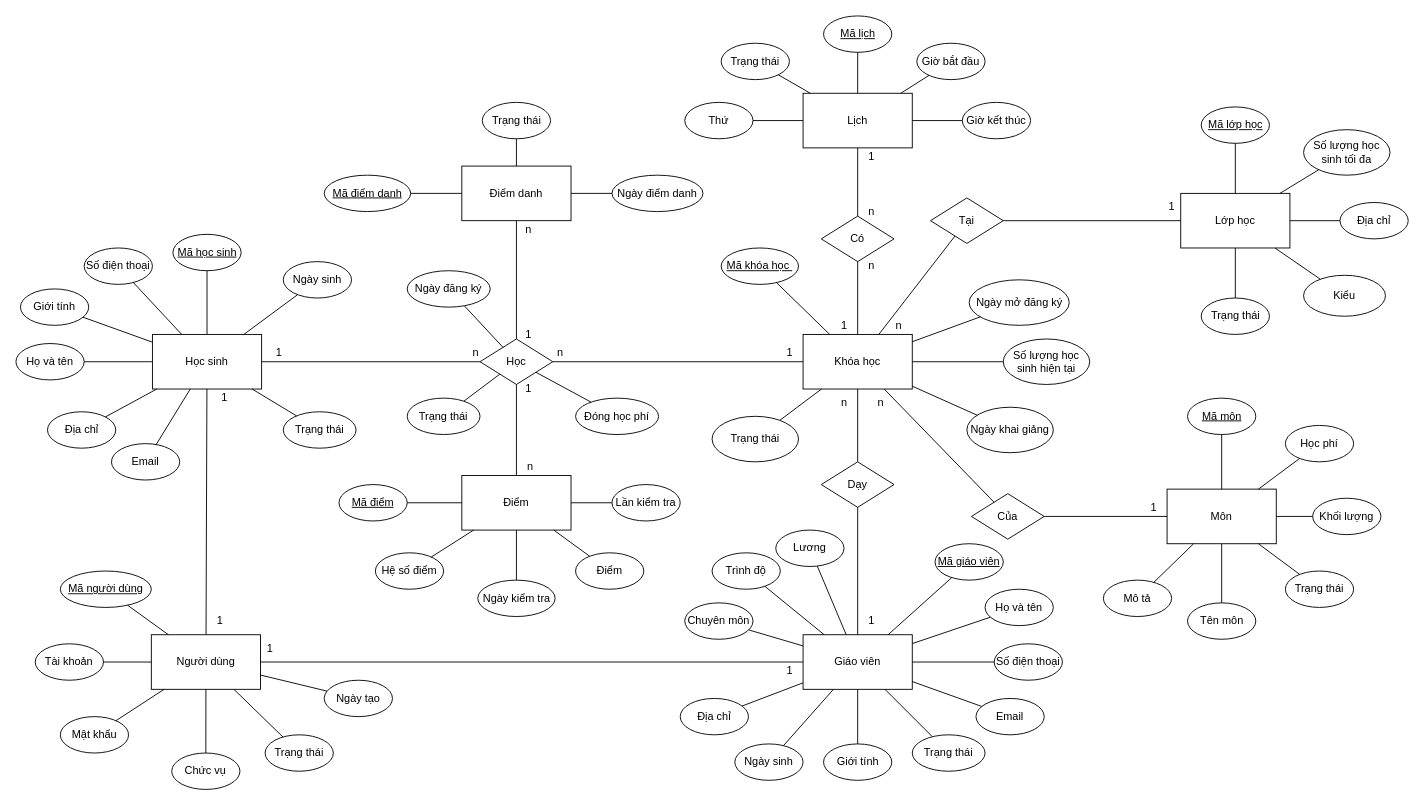
Before: page "erd" (1 of 2) of Describe/ERD.drawio in DatNT12052003/Project-Database-Lab, a draw.io diagram. Source tidied: cells renumbered, new cells numbered last; positions are measured from the earlier drawing's top-left corner, leaving out a move shared by most shapes. Both pictures are drawn from the tidied source at 91%, with x=0, y=0 at pixel (15, 15).
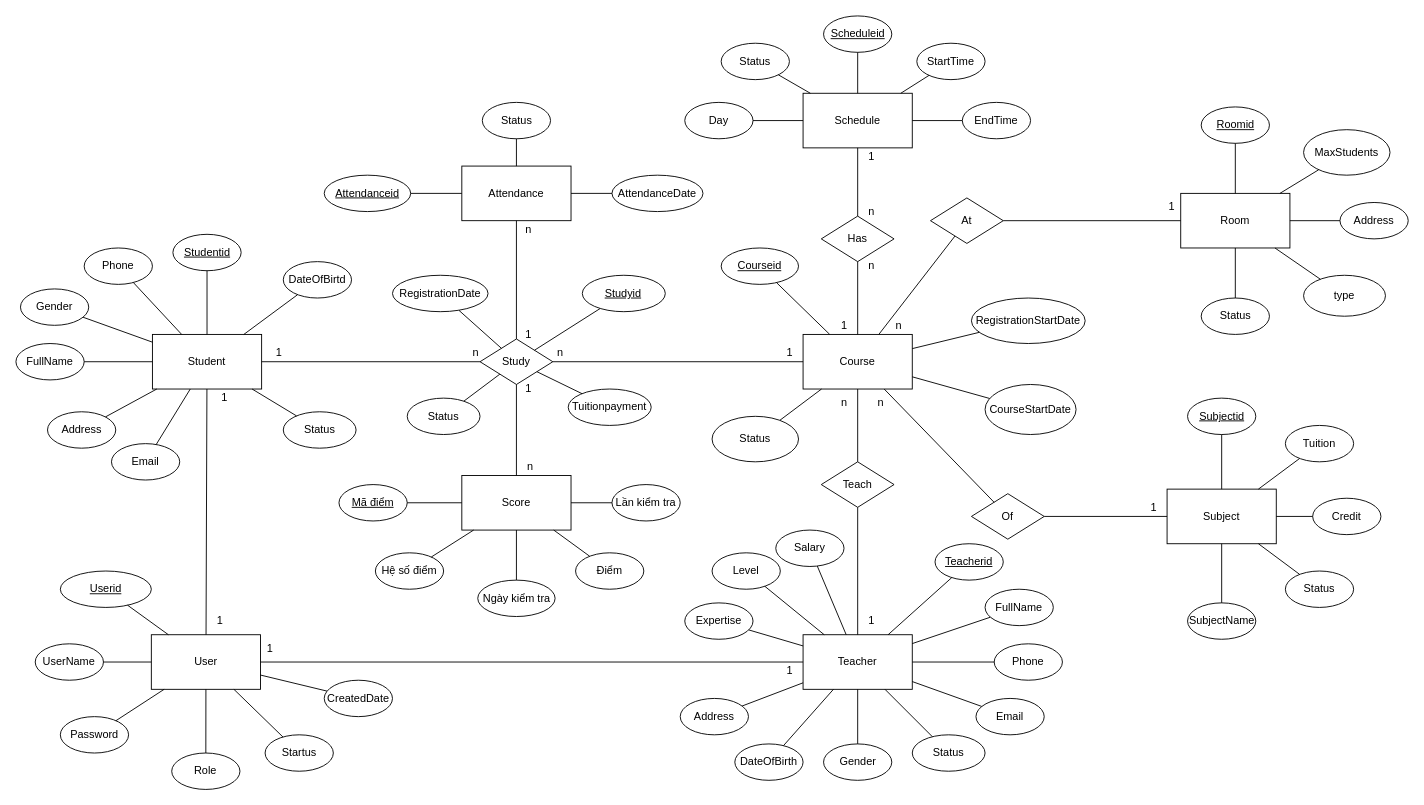
Above is the later version.

The edit, as a diff of the source:
```diff
@@
-    <mxCell id="2" value="Học sinh" style="rounded=0;whiteSpace=wrap;html=1;" parent="1" vertex="1">
+    <mxCell id="2" value="Student" style="rounded=0;whiteSpace=wrap;html=1;" parent="1" vertex="1">
       <mxGeometry x="150" y="350" width="120" height="60" as="geometry" />
     </mxCell>
-    <mxCell id="3" value="Giáo viên" style="rounded=0;whiteSpace=wrap;html=1;" parent="1" vertex="1">
+    <mxCell id="3" value="Teacher" style="rounded=0;whiteSpace=wrap;html=1;" parent="1" vertex="1">
       <mxGeometry x="865" y="680" width="120" height="60" as="geometry" />
     </mxCell>
-    <mxCell id="4" value="Lớp học" style="rounded=0;whiteSpace=wrap;html=1;" parent="1" vertex="1">
+    <mxCell id="4" value="Room" style="rounded=0;whiteSpace=wrap;html=1;" parent="1" vertex="1">
       <mxGeometry x="1280" y="195" width="120" height="60" as="geometry" />
     </mxCell>
-    <mxCell id="5" value="Khóa học" style="rounded=0;whiteSpace=wrap;html=1;" parent="1" vertex="1">
+    <mxCell id="5" value="Course" style="rounded=0;whiteSpace=wrap;html=1;" parent="1" vertex="1">
       <mxGeometry x="865" y="350" width="120" height="60" as="geometry" />
     </mxCell>
-    <mxCell id="6" value="Học" style="rhombus;whiteSpace=wrap;html=1;" parent="1" vertex="1">
+    <mxCell id="6" value="Study" style="rhombus;whiteSpace=wrap;html=1;" parent="1" vertex="1">
       <mxGeometry x="510" y="355" width="80" height="50" as="geometry" />
     </mxCell>
-    <mxCell id="7" value="Dạy" style="rhombus;whiteSpace=wrap;html=1;" parent="1" vertex="1">
+    <mxCell id="7" value="Teach" style="rhombus;whiteSpace=wrap;html=1;" parent="1" vertex="1">
       <mxGeometry x="885" y="490" width="80" height="50" as="geometry" />
     </mxCell>
-    <mxCell id="8" value="Tại" style="rhombus;whiteSpace=wrap;html=1;" parent="1" vertex="1">
+    <mxCell id="8" value="At" style="rhombus;whiteSpace=wrap;html=1;" parent="1" vertex="1">
       <mxGeometry x="1005" y="200" width="80" height="50" as="geometry" />
     </mxCell>
@@
-    <mxCell id="15" value="&lt;u&gt;Mã học sinh&lt;/u&gt;" style="ellipse;whiteSpace=wrap;html=1;" parent="1" vertex="1">
+    <mxCell id="15" value="&lt;u&gt;Studentid&lt;/u&gt;" style="ellipse;whiteSpace=wrap;html=1;" parent="1" vertex="1">
       <mxGeometry x="172.5" y="240" width="75" height="40" as="geometry" />
     </mxCell>
-    <mxCell id="16" value="Lịch" style="rounded=0;whiteSpace=wrap;html=1;" parent="1" vertex="1">
+    <mxCell id="16" value="Schedule" style="rounded=0;whiteSpace=wrap;html=1;" parent="1" vertex="1">
       <mxGeometry x="865" y="85" width="120" height="60" as="geometry" />
     </mxCell>
-    <mxCell id="17" value="&lt;u&gt;Mã lịch&lt;/u&gt;" style="ellipse;whiteSpace=wrap;html=1;" parent="1" vertex="1">
+    <mxCell id="17" value="&lt;u&gt;Scheduleid&lt;/u&gt;" style="ellipse;whiteSpace=wrap;html=1;" parent="1" vertex="1">
       <mxGeometry x="887.5" width="75" height="40" as="geometry" />
     </mxCell>
-    <mxCell id="18" value="Thứ" style="ellipse;whiteSpace=wrap;html=1;" parent="1" vertex="1">
+    <mxCell id="18" value="Day" style="ellipse;whiteSpace=wrap;html=1;" parent="1" vertex="1">
       <mxGeometry x="735" y="95" width="75" height="40" as="geometry" />
     </mxCell>
-    <mxCell id="19" value="Giờ bắt đầu" style="ellipse;whiteSpace=wrap;html=1;" parent="1" vertex="1">
+    <mxCell id="19" value="StartTime" style="ellipse;whiteSpace=wrap;html=1;" parent="1" vertex="1">
       <mxGeometry x="990" y="30" width="75" height="40" as="geometry" />
     </mxCell>
-    <mxCell id="20" value="Giờ kết thúc" style="ellipse;whiteSpace=wrap;html=1;" parent="1" vertex="1">
+    <mxCell id="20" value="EndTime" style="ellipse;whiteSpace=wrap;html=1;" parent="1" vertex="1">
       <mxGeometry x="1040" y="95" width="75" height="40" as="geometry" />
     </mxCell>
@@
-    <mxCell id="25" value="Họ và tên" style="ellipse;whiteSpace=wrap;html=1;" parent="1" vertex="1">
+    <mxCell id="25" value="FullName" style="ellipse;whiteSpace=wrap;html=1;" parent="1" vertex="1">
       <mxGeometry y="360" width="75" height="40" as="geometry" />
     </mxCell>
-    <mxCell id="26" value="Ngày sinh" style="ellipse;whiteSpace=wrap;html=1;" parent="1" vertex="1">
+    <mxCell id="26" value="DateOfBirtd" style="ellipse;whiteSpace=wrap;html=1;" parent="1" vertex="1">
       <mxGeometry x="293.8" y="270" width="75" height="40" as="geometry" />
     </mxCell>
-    <mxCell id="27" value="Giới tính" style="ellipse;whiteSpace=wrap;html=1;" parent="1" vertex="1">
+    <mxCell id="27" value="Gender" style="ellipse;whiteSpace=wrap;html=1;" parent="1" vertex="1">
       <mxGeometry x="5" y="300" width="75" height="40" as="geometry" />
     </mxCell>
-    <mxCell id="28" value="Số điện thoại" style="ellipse;whiteSpace=wrap;html=1;" parent="1" vertex="1">
+    <mxCell id="28" value="Phone" style="ellipse;whiteSpace=wrap;html=1;" parent="1" vertex="1">
       <mxGeometry x="75" y="255" width="75" height="40" as="geometry" />
     </mxCell>
@@
-    <mxCell id="36" value="Họ và tên" style="ellipse;whiteSpace=wrap;html=1;" parent="1" vertex="1">
+    <mxCell id="36" value="FullName" style="ellipse;whiteSpace=wrap;html=1;" parent="1" vertex="1">
       <mxGeometry x="1065" y="630" width="75" height="40" as="geometry" />
     </mxCell>
-    <mxCell id="37" value="Ngày sinh" style="ellipse;whiteSpace=wrap;html=1;" parent="1" vertex="1">
+    <mxCell id="37" value="DateOfBirth" style="ellipse;whiteSpace=wrap;html=1;" parent="1" vertex="1">
       <mxGeometry x="790" y="800" width="75" height="40" as="geometry" />
     </mxCell>
-    <mxCell id="38" value="Giới tính" style="ellipse;whiteSpace=wrap;html=1;" parent="1" vertex="1">
+    <mxCell id="38" value="Gender" style="ellipse;whiteSpace=wrap;html=1;" parent="1" vertex="1">
       <mxGeometry x="887.5" y="800" width="75" height="40" as="geometry" />
     </mxCell>
@@
-    <mxCell id="40" value="Số điện thoại" style="ellipse;whiteSpace=wrap;html=1;" parent="1" vertex="1">
+    <mxCell id="40" value="Phone" style="ellipse;whiteSpace=wrap;html=1;" parent="1" vertex="1">
       <mxGeometry x="1075" y="690" width="75" height="40" as="geometry" />
     </mxCell>
-    <mxCell id="41" value="&lt;u&gt;Mã giáo viên&lt;/u&gt;" style="ellipse;whiteSpace=wrap;html=1;" parent="1" vertex="1">
+    <mxCell id="41" value="&lt;u&gt;Teacherid&lt;/u&gt;" style="ellipse;whiteSpace=wrap;html=1;" parent="1" vertex="1">
       <mxGeometry x="1010" y="580" width="75" height="40" as="geometry" />
     </mxCell>
-    <mxCell id="42" value="Chuyên môn" style="ellipse;whiteSpace=wrap;html=1;" parent="1" vertex="1">
+    <mxCell id="42" value="Expertise" style="ellipse;whiteSpace=wrap;html=1;" parent="1" vertex="1">
       <mxGeometry x="735" y="645" width="75" height="40" as="geometry" />
     </mxCell>
-    <mxCell id="43" value="Trình độ" style="ellipse;whiteSpace=wrap;html=1;" parent="1" vertex="1">
+    <mxCell id="43" value="Level" style="ellipse;whiteSpace=wrap;html=1;" parent="1" vertex="1">
       <mxGeometry x="765" y="590" width="75" height="40" as="geometry" />
     </mxCell>
-    <mxCell id="44" value="Lương" style="ellipse;whiteSpace=wrap;html=1;" parent="1" vertex="1">
+    <mxCell id="44" value="Salary" style="ellipse;whiteSpace=wrap;html=1;" parent="1" vertex="1">
       <mxGeometry x="835" y="565" width="75" height="40" as="geometry" />
     </mxCell>
@@
-    <mxCell id="54" value="&lt;u&gt;Mã khóa học&amp;nbsp;&lt;/u&gt;" style="ellipse;whiteSpace=wrap;html=1;" parent="1" vertex="1">
+    <mxCell id="54" value="&lt;u&gt;Courseid&lt;/u&gt;" style="ellipse;whiteSpace=wrap;html=1;" parent="1" vertex="1">
       <mxGeometry x="775" y="255" width="85" height="40" as="geometry" />
     </mxCell>
-    <mxCell id="55" value="Số lượng học sinh hiện tại" style="ellipse;whiteSpace=wrap;html=1;" parent="1" vertex="1">
-      <mxGeometry x="1085" y="355" width="95" height="50" as="geometry" />
-    </mxCell>
@@
-    <mxCell id="57" style="endArrow=none;html=1;rounded=0;" parent="1" edge="1" source="55" target="5">
-      <mxGeometry relative="1" as="geometry" />
-    </mxCell>
-    <mxCell id="58" value="&lt;u&gt;Mã lớp học&lt;/u&gt;" style="ellipse;whiteSpace=wrap;html=1;" parent="1" vertex="1">
+    <mxCell id="58" value="&lt;u&gt;Roomid&lt;/u&gt;" style="ellipse;whiteSpace=wrap;html=1;" parent="1" vertex="1">
       <mxGeometry x="1302.5" y="100" width="75" height="40" as="geometry" />
     </mxCell>
-    <mxCell id="59" value="Địa chỉ" style="ellipse;whiteSpace=wrap;html=1;" parent="1" vertex="1">
+    <mxCell id="59" value="Address" style="ellipse;whiteSpace=wrap;html=1;" parent="1" vertex="1">
       <mxGeometry x="1455" y="205" width="75" height="40" as="geometry" />
     </mxCell>
-    <mxCell id="60" value="Trạng thái" style="ellipse;whiteSpace=wrap;html=1;" parent="1" vertex="1">
+    <mxCell id="60" value="Status" style="ellipse;whiteSpace=wrap;html=1;" parent="1" vertex="1">
       <mxGeometry x="1302.5" y="310" width="75" height="40" as="geometry" />
     </mxCell>
@@
-    <mxCell id="64" value="Môn" style="rounded=0;whiteSpace=wrap;html=1;" parent="1" vertex="1">
+    <mxCell id="64" value="Subject" style="rounded=0;whiteSpace=wrap;html=1;" parent="1" vertex="1">
       <mxGeometry x="1265" y="520" width="120" height="60" as="geometry" />
     </mxCell>
-    <mxCell id="65" value="&lt;u&gt;Mã môn&lt;/u&gt;" style="ellipse;whiteSpace=wrap;html=1;" parent="1" vertex="1">
+    <mxCell id="65" value="&lt;u&gt;Subjectid&lt;/u&gt;" style="ellipse;whiteSpace=wrap;html=1;" parent="1" vertex="1">
       <mxGeometry x="1287.5" y="420" width="75" height="40" as="geometry" />
     </mxCell>
-    <mxCell id="66" value="Tên môn" style="ellipse;whiteSpace=wrap;html=1;" parent="1" vertex="1">
+    <mxCell id="66" value="SubjectName" style="ellipse;whiteSpace=wrap;html=1;" parent="1" vertex="1">
       <mxGeometry x="1287.5" y="645" width="75" height="40" as="geometry" />
     </mxCell>
-    <mxCell id="67" value="Học phí" style="ellipse;whiteSpace=wrap;html=1;" parent="1" vertex="1">
+    <mxCell id="67" value="Tuition" style="ellipse;whiteSpace=wrap;html=1;" parent="1" vertex="1">
       <mxGeometry x="1395" y="450" width="75" height="40" as="geometry" />
     </mxCell>
-    <mxCell id="68" value="Khối lượng" style="ellipse;whiteSpace=wrap;html=1;" parent="1" vertex="1">
+    <mxCell id="68" value="Credit" style="ellipse;whiteSpace=wrap;html=1;" parent="1" vertex="1">
       <mxGeometry x="1425" y="530" width="75" height="40" as="geometry" />
     </mxCell>
@@
-    <mxCell id="73" value="Của" style="rhombus;whiteSpace=wrap;html=1;" parent="1" vertex="1">
+    <mxCell id="73" value="Of" style="rhombus;whiteSpace=wrap;html=1;" parent="1" vertex="1">
       <mxGeometry x="1050" y="525" width="80" height="50" as="geometry" />
     </mxCell>
@@
-    <mxCell id="76" value="Có" style="rhombus;whiteSpace=wrap;html=1;" parent="1" vertex="1">
+    <mxCell id="76" value="Has" style="rhombus;whiteSpace=wrap;html=1;" parent="1" vertex="1">
       <mxGeometry x="885" y="220" width="80" height="50" as="geometry" />
     </mxCell>
@@
-    <mxCell id="79" value="Điểm" style="rounded=0;whiteSpace=wrap;html=1;" parent="1" vertex="1">
+    <mxCell id="79" value="Score" style="rounded=0;whiteSpace=wrap;html=1;" parent="1" vertex="1">
       <mxGeometry x="490" y="505" width="120" height="60" as="geometry" />
     </mxCell>
@@
-    <mxCell id="89" value="Điểm danh" style="rounded=0;whiteSpace=wrap;html=1;" parent="1" vertex="1">
+    <mxCell id="89" value="Attendance" style="rounded=0;whiteSpace=wrap;html=1;" parent="1" vertex="1">
       <mxGeometry x="490" y="165" width="120" height="60" as="geometry" />
     </mxCell>
-    <mxCell id="90" value="&lt;u&gt;Mã điểm danh&lt;/u&gt;" style="ellipse;whiteSpace=wrap;html=1;" parent="1" vertex="1">
+    <mxCell id="90" value="&lt;u&gt;Attendanceid&lt;/u&gt;" style="ellipse;whiteSpace=wrap;html=1;" parent="1" vertex="1">
       <mxGeometry x="338.8" y="175" width="95" height="40" as="geometry" />
     </mxCell>
-    <mxCell id="91" value="Trạng thái" style="ellipse;whiteSpace=wrap;html=1;" parent="1" vertex="1">
+    <mxCell id="91" value="Status" style="ellipse;whiteSpace=wrap;html=1;" parent="1" vertex="1">
       <mxGeometry x="512.5" y="95" width="75" height="40" as="geometry" />
     </mxCell>
-    <mxCell id="92" value="Ngày điểm danh" style="ellipse;whiteSpace=wrap;html=1;" parent="1" vertex="1">
+    <mxCell id="92" value="AttendanceDate" style="ellipse;whiteSpace=wrap;html=1;" parent="1" vertex="1">
       <mxGeometry x="655" y="175" width="100" height="40" as="geometry" />
     </mxCell>
@@
-    <mxCell id="96" value="Người dùng" style="rounded=0;whiteSpace=wrap;html=1;" parent="1" vertex="1">
+    <mxCell id="96" value="User" style="rounded=0;whiteSpace=wrap;html=1;" parent="1" vertex="1">
       <mxGeometry x="148.8" y="680" width="120" height="60" as="geometry" />
     </mxCell>
-    <mxCell id="97" value="&lt;u&gt;Mã người dùng&lt;/u&gt;" style="ellipse;whiteSpace=wrap;html=1;" parent="1" vertex="1">
+    <mxCell id="97" value="&lt;u&gt;Userid&lt;/u&gt;" style="ellipse;whiteSpace=wrap;html=1;" parent="1" vertex="1">
       <mxGeometry x="48.8" y="610" width="100" height="40" as="geometry" />
     </mxCell>
-    <mxCell id="98" value="Mật khẩu" style="ellipse;whiteSpace=wrap;html=1;" parent="1" vertex="1">
+    <mxCell id="98" value="Password" style="ellipse;whiteSpace=wrap;html=1;" parent="1" vertex="1">
       <mxGeometry x="48.8" y="770" width="75" height="40" as="geometry" />
     </mxCell>
-    <mxCell id="99" value="Chức vụ" style="ellipse;whiteSpace=wrap;html=1;" parent="1" vertex="1">
+    <mxCell id="99" value="Role" style="ellipse;whiteSpace=wrap;html=1;" parent="1" vertex="1">
       <mxGeometry x="171.2" y="810" width="75" height="40" as="geometry" />
     </mxCell>
-    <mxCell id="100" value="Tài khoản" style="ellipse;whiteSpace=wrap;html=1;" parent="1" vertex="1">
+    <mxCell id="100" value="UserName" style="ellipse;whiteSpace=wrap;html=1;" parent="1" vertex="1">
       <mxGeometry x="21.2" y="690" width="75" height="40" as="geometry" />
     </mxCell>
-    <mxCell id="101" value="Trạng thái" style="ellipse;whiteSpace=wrap;html=1;" parent="1" vertex="1">
+    <mxCell id="101" value="Startus" style="ellipse;whiteSpace=wrap;html=1;" parent="1" vertex="1">
       <mxGeometry x="273.8" y="790" width="75" height="40" as="geometry" />
     </mxCell>
@@
-    <mxCell id="133" value="Ngày khai giảng" style="ellipse;whiteSpace=wrap;html=1;" parent="1" vertex="1">
-      <mxGeometry x="1045" y="430" width="95" height="50" as="geometry" />
+    <mxCell id="133" value="CourseStartDate" style="ellipse;whiteSpace=wrap;html=1;" parent="1" vertex="1">
+      <mxGeometry x="1065" y="405" width="100" height="55" as="geometry" />
     </mxCell>
@@
-    <mxCell id="135" value="Ngày tạo" style="ellipse;whiteSpace=wrap;html=1;" parent="1" vertex="1">
+    <mxCell id="135" value="CreatedDate" style="ellipse;whiteSpace=wrap;html=1;" parent="1" vertex="1">
       <mxGeometry x="338.8" y="730" width="75" height="40" as="geometry" />
     </mxCell>
@@
-    <mxCell id="137" value="Trạng thái" style="ellipse;whiteSpace=wrap;html=1;" parent="1" vertex="1">
+    <mxCell id="137" value="Status" style="ellipse;whiteSpace=wrap;html=1;" parent="1" vertex="1">
       <mxGeometry x="765" y="440" width="95" height="50" as="geometry" />
     </mxCell>
@@
-    <mxCell id="139" value="Trạng thái" style="ellipse;whiteSpace=wrap;html=1;" parent="1" vertex="1">
+    <mxCell id="139" value="Status" style="ellipse;whiteSpace=wrap;html=1;" parent="1" vertex="1">
       <mxGeometry x="985" y="790" width="80" height="40" as="geometry" />
     </mxCell>
@@
-    <mxCell id="141" value="Trạng thái" style="ellipse;whiteSpace=wrap;html=1;" parent="1" vertex="1">
+    <mxCell id="141" value="Status" style="ellipse;whiteSpace=wrap;html=1;" parent="1" vertex="1">
       <mxGeometry x="293.8" y="435" width="80" height="40" as="geometry" />
     </mxCell>
@@
-    <mxCell id="144" value="Trạng thái" style="ellipse;whiteSpace=wrap;html=1;" parent="1" vertex="1">
+    <mxCell id="144" value="Status" style="ellipse;whiteSpace=wrap;html=1;" parent="1" vertex="1">
       <mxGeometry x="430" y="420" width="80" height="40" as="geometry" />
     </mxCell>
@@
-    <mxCell id="146" value="Ngày đăng ký" style="ellipse;whiteSpace=wrap;html=1;" parent="1" vertex="1">
-      <mxGeometry x="430" y="280" width="91.2" height="40" as="geometry" />
+    <mxCell id="146" value="RegistrationDate" style="ellipse;whiteSpace=wrap;html=1;" parent="1" vertex="1">
+      <mxGeometry x="413.8" y="285" width="105" height="40" as="geometry" />
     </mxCell>
@@
-    <mxCell id="148" value="Đóng học phí" style="ellipse;whiteSpace=wrap;html=1;" parent="1" vertex="1">
-      <mxGeometry x="615" y="420" width="91.2" height="40" as="geometry" />
+    <mxCell id="148" value="Tuitionpayment" style="ellipse;whiteSpace=wrap;html=1;" parent="1" vertex="1">
+      <mxGeometry x="606.9" y="410" width="91.2" height="40" as="geometry" />
     </mxCell>
@@
-    <mxCell id="150" value="Trạng thái" style="ellipse;whiteSpace=wrap;html=1;" parent="1" vertex="1">
+    <mxCell id="150" value="Status" style="ellipse;whiteSpace=wrap;html=1;" parent="1" vertex="1">
       <mxGeometry x="775" y="30" width="75" height="40" as="geometry" />
     </mxCell>
@@
-    <mxCell id="152" value="Trạng thái" style="ellipse;whiteSpace=wrap;html=1;" parent="1" vertex="1">
+    <mxCell id="152" value="Status" style="ellipse;whiteSpace=wrap;html=1;" parent="1" vertex="1">
       <mxGeometry x="1395" y="610" width="75" height="40" as="geometry" />
     </mxCell>
@@
-    <mxCell id="154" value="Kiểu" style="ellipse;whiteSpace=wrap;html=1;" parent="1" vertex="1">
+    <mxCell id="154" value="type" style="ellipse;whiteSpace=wrap;html=1;" parent="1" vertex="1">
       <mxGeometry x="1415" y="285" width="90" height="45" as="geometry" />
     </mxCell>
@@
-    <mxCell id="156" value="Số lượng học sinh tối đa" style="ellipse;whiteSpace=wrap;html=1;" parent="1" vertex="1">
+    <mxCell id="156" value="MaxStudents" style="ellipse;whiteSpace=wrap;html=1;" parent="1" vertex="1">
       <mxGeometry x="1415" y="125" width="95" height="50" as="geometry" />
     </mxCell>
@@
-    <mxCell id="158" value="Mô tả" style="ellipse;whiteSpace=wrap;html=1;" parent="1" vertex="1">
-      <mxGeometry x="1195" y="620" width="75" height="40" as="geometry" />
-    </mxCell>
-    <mxCell id="159" style="endArrow=none;html=1;rounded=0;" parent="1" edge="1" source="64" target="158">
-      <mxGeometry relative="1" as="geometry" />
-    </mxCell>
-    <mxCell id="160" value="Địa chỉ" style="ellipse;whiteSpace=wrap;html=1;" parent="1" vertex="1">
+    <mxCell id="160" value="Address" style="ellipse;whiteSpace=wrap;html=1;" parent="1" vertex="1">
       <mxGeometry x="34.7" y="435" width="75" height="40" as="geometry" />
     </mxCell>
@@
-    <mxCell id="162" value="Địa chỉ" style="ellipse;whiteSpace=wrap;html=1;" parent="1" vertex="1">
+    <mxCell id="162" value="Address" style="ellipse;whiteSpace=wrap;html=1;" parent="1" vertex="1">
       <mxGeometry x="730" y="750" width="75" height="40" as="geometry" />
     </mxCell>
@@
-    <mxCell id="164" value="Ngày mở đăng ký" style="ellipse;whiteSpace=wrap;html=1;" parent="1" vertex="1">
-      <mxGeometry x="1047.5" y="290" width="110" height="50" as="geometry" />
+    <mxCell id="164" value="RegistrationStartDate" style="ellipse;whiteSpace=wrap;html=1;" parent="1" vertex="1">
+      <mxGeometry x="1050" y="310" width="125" height="50" as="geometry" />
     </mxCell>
@@
+    <mxCell id="166" value="&lt;u&gt;Studyid&lt;/u&gt;" style="ellipse;whiteSpace=wrap;html=1;" parent="1" vertex="1">
+      <mxGeometry x="622.4" y="285" width="91.2" height="40" as="geometry" />
+    </mxCell>
+    <mxCell id="167" style="endArrow=none;html=1;rounded=0;" parent="1" edge="1" source="6" target="166">
+      <mxGeometry relative="1" as="geometry" />
+    </mxCell>
```
